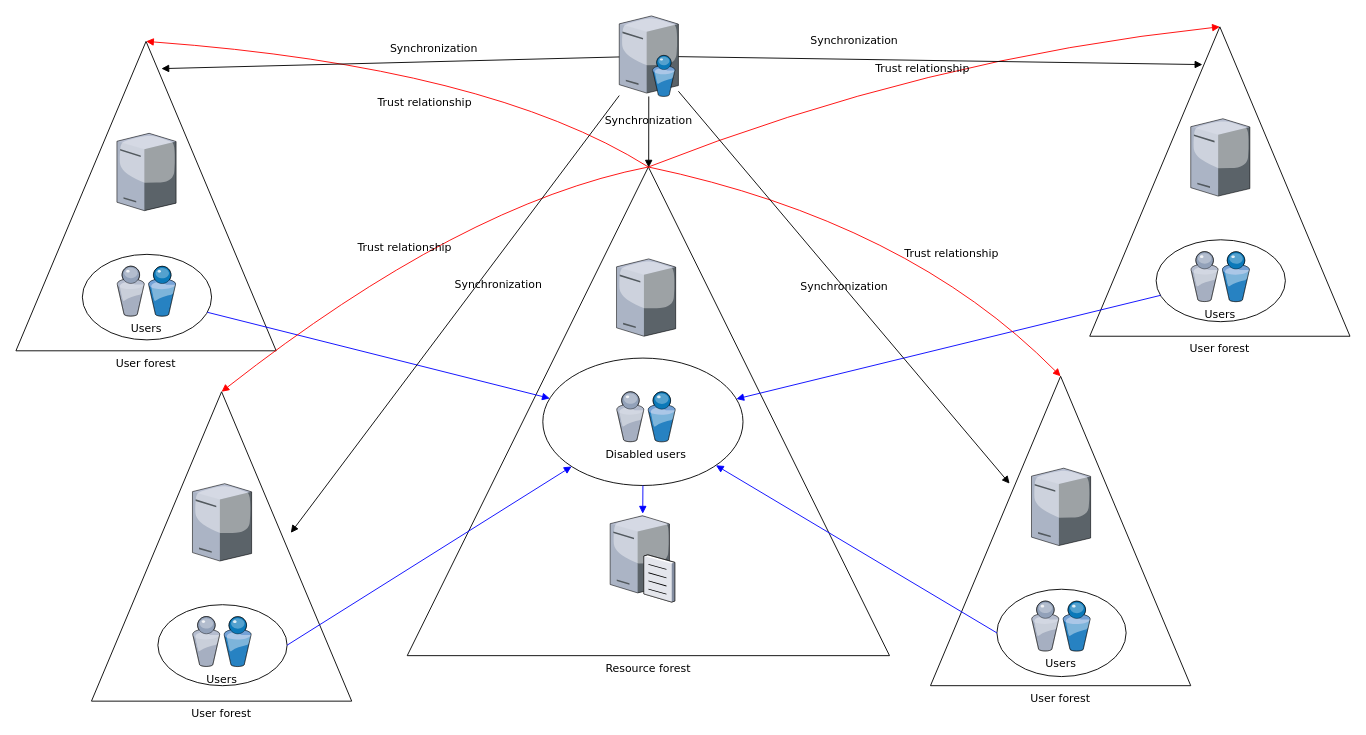
Before: docs/Untitled Diagram.drawio in lz129/test, a draw.io diagram. Source tidied: cells renumbered, new cells numbered last; positions are measured from the earlier drawing's top-left corner, leaving out a move shared by most shapes. Both pictures are drawn from the tidied source at 91%, with x=0, y=0 at pixel (15, 15).
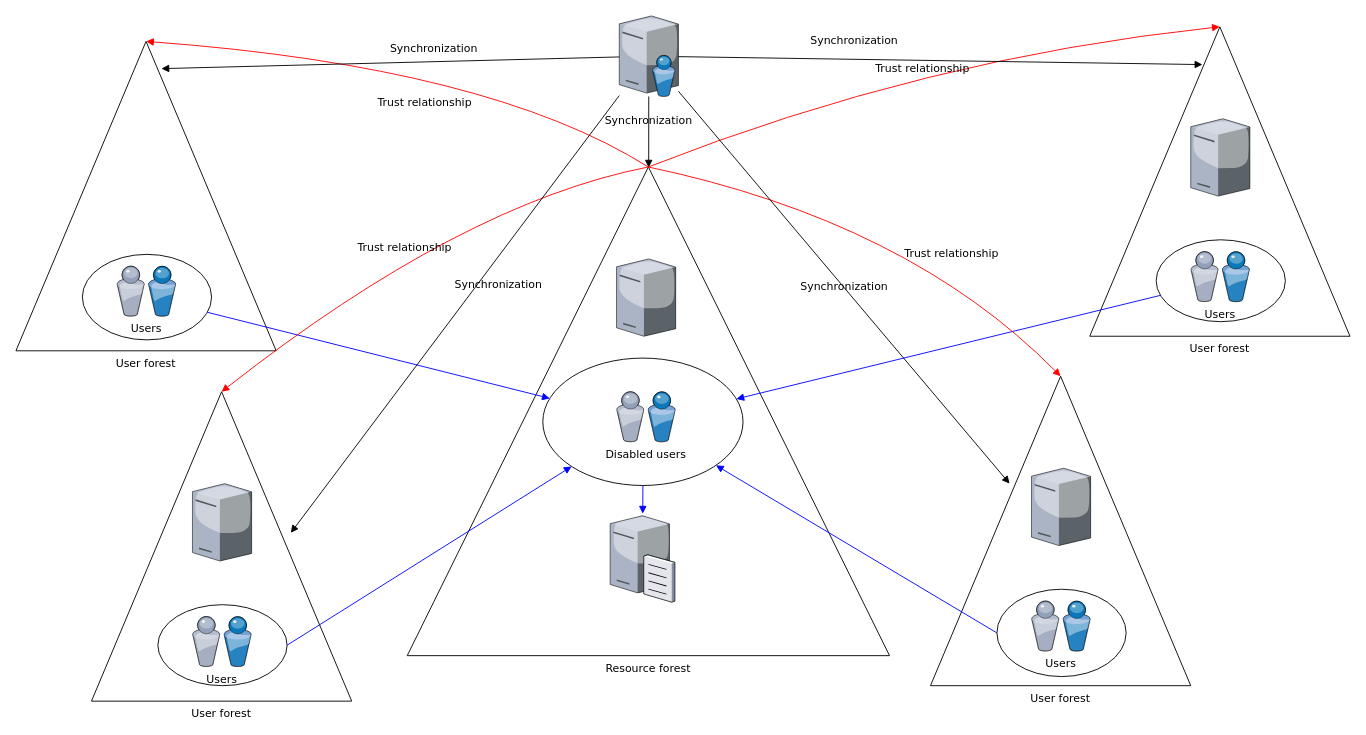
The same diagram, later.

The edit, as a diff of the source:
```diff
@@
-    <mxCell id="8" style="verticalLabelPosition=bottom;html=1;verticalAlign=top;strokeColor=none;shape=mxgraph.citrix.tower_server;rounded=0;shadow=0;comic=0;fontFamily=Verdana;" parent="1" vertex="1">
-      <mxGeometry x="111" y="129" width="65" height="85" as="geometry" />
-    </mxCell>
```
